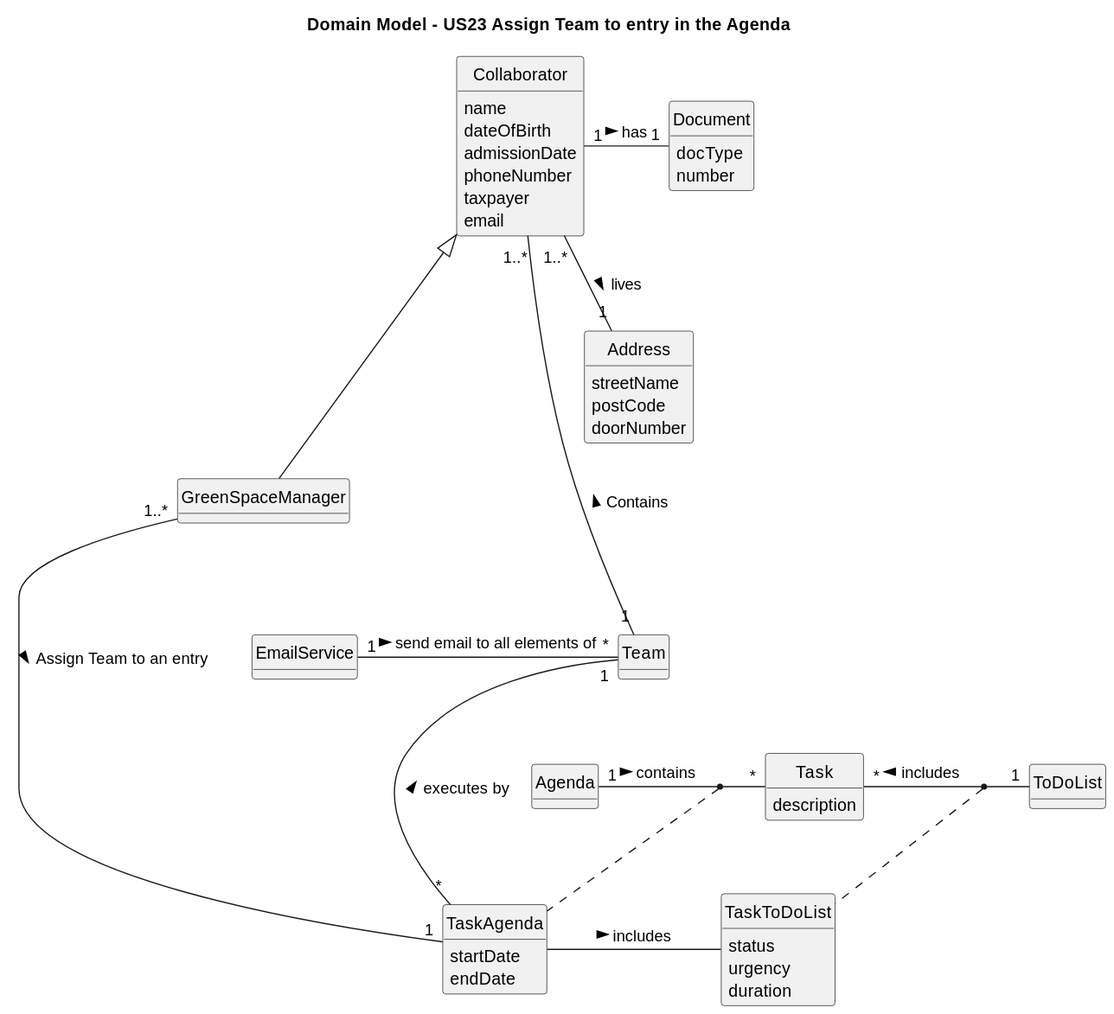
Earlier version of the PlantUML export docs/sprint3/us23/02.analysis/svg/us23-domain-model.svg (Departamento-de-Engenharia-Informatica/lei-24-s2-1db-g022).
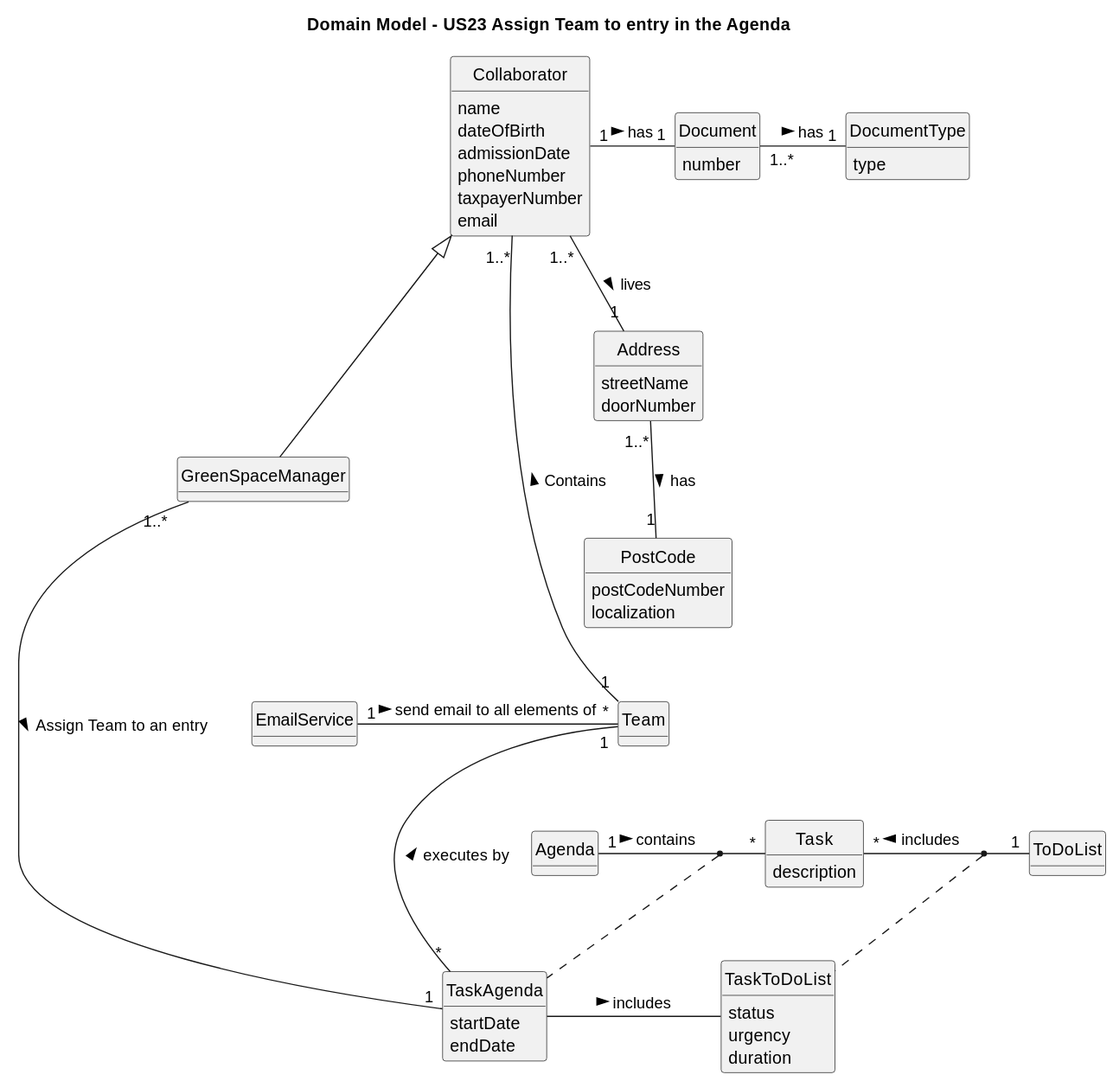
After the commit.

Change to the diagram source:
```diff
@@ -14,19 +14,21 @@
     dateOfBirth
     admissionDate
     phoneNumber
-    taxpayer
+    taxpayerNumber
     email
 }
 
 class Document{
-    docType
     number
 }
 
-class Address {
-    streetName
-    postCode
-    doorNumber
+class DocumentType{
+    type
+}
+
+class PostCode{
+    postCodeNumber
+    localization
 }
 
 
@@ -53,6 +55,11 @@
     endDate
 }
 
+class Address {
+    streetName
+    doorNumber
+}
+
 class Task {
     description
 
@@ -60,6 +67,9 @@
 
 class Agenda{
 }
+Document "1..*" - "1" DocumentType : has >
+
+Address "1..*" -- "1" PostCode : has >
 
 Collaborator "1" - "1" Document : has >
 
```
